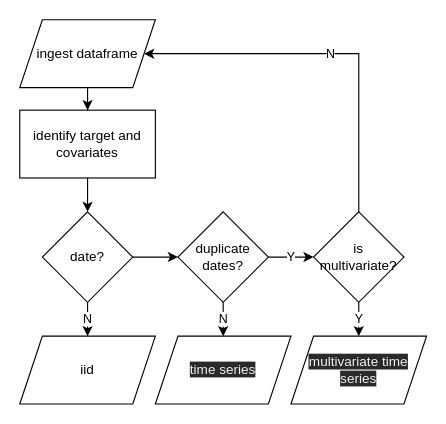
tianle91/faas keeps this draw.io diagram as flow.drawio. Above is the earlier version. Source tidied: cells renumbered, new cells numbered last; positions are measured from the earlier drawing's top-left corner, leaving out a move shared by most shapes. Both pictures are drawn from the tidied source at 113%, with x=0, y=0 at pixel (19, 19).
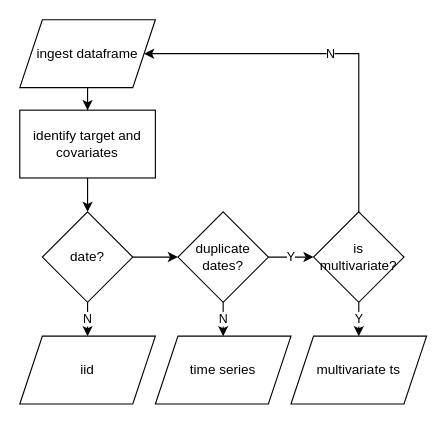
Above is the later version.

The edit, as a diff of the source:
```diff
@@
 <mxGraphModel>
   <root>
     <mxCell id="0" />
     <mxCell id="1" parent="0" />
     <mxCell id="2" style="edgeStyle=orthogonalEdgeStyle;rounded=0;jettySize=auto;html=1;exitX=0.5;exitY=1;exitDx=0;exitDy=0;entryX=0.5;entryY=0;entryDx=0;entryDy=0;" parent="1" edge="1" source="3" target="14">
       <mxGeometry relative="1" as="geometry" />
     </mxCell>
     <mxCell id="3" value="identify target and covariates" style="rounded=0;whiteSpace=wrap;html=1;" parent="1" vertex="1">
       <mxGeometry y="80" width="120" height="60" as="geometry" />
     </mxCell>
     <mxCell id="4" value="Y" style="edgeStyle=orthogonalEdgeStyle;rounded=0;jettySize=auto;html=1;exitX=1;exitY=0.5;exitDx=0;exitDy=0;" parent="1" edge="1" source="6" target="11">
       <mxGeometry relative="1" as="geometry" />
     </mxCell>
-    <mxCell id="5" value="N" style="edgeStyle=orthogonalEdgeStyle;rounded=0;jettySize=auto;html=1;exitX=0.5;exitY=1;exitDx=0;exitDy=0;" parent="1" edge="1" source="6" target="16">
+    <mxCell id="5" value="N" style="edgeStyle=orthogonalEdgeStyle;rounded=0;jettySize=auto;html=1;exitX=0.5;exitY=1;exitDx=0;exitDy=0;entryX=0.5;entryY=0;entryDx=0;entryDy=0;" parent="1" edge="1" source="6" target="16">
       <mxGeometry relative="1" as="geometry" />
     </mxCell>
     <mxCell id="6" value="duplicate dates?" style="rhombus;whiteSpace=wrap;html=1;" parent="1" vertex="1">
       <mxGeometry x="140" y="170" width="80" height="80" as="geometry" />
     </mxCell>
     <mxCell id="7" style="edgeStyle=orthogonalEdgeStyle;rounded=0;jettySize=auto;html=1;exitX=0.5;exitY=1;exitDx=0;exitDy=0;" parent="1" edge="1" source="8" target="3">
       <mxGeometry relative="1" as="geometry" />
     </mxCell>
     <mxCell id="8" value="ingest dataframe" style="shape=parallelogram;perimeter=parallelogramPerimeter;whiteSpace=wrap;html=1;fixedSize=1;" parent="1" vertex="1">
       <mxGeometry width="120" height="60" as="geometry" />
     </mxCell>
-    <mxCell id="9" value="Y" style="edgeStyle=orthogonalEdgeStyle;rounded=0;jettySize=auto;html=1;exitX=0.5;exitY=1;exitDx=0;exitDy=0;entryX=0.5;entryY=0;entryDx=0;entryDy=0;" parent="1" edge="1" source="11" target="15">
+    <mxCell id="9" value="Y" style="edgeStyle=orthogonalEdgeStyle;rounded=0;jettySize=auto;html=1;exitX=0.5;exitY=1;exitDx=0;exitDy=0;entryX=0.5;entryY=0;entryDx=0;entryDy=0;" parent="1" edge="1" source="11" target="18">
       <mxGeometry relative="1" as="geometry" />
     </mxCell>
     <mxCell id="10" value="N" style="edgeStyle=orthogonalEdgeStyle;rounded=0;jettySize=auto;html=1;exitX=0.5;exitY=0;exitDx=0;exitDy=0;entryX=1;entryY=0.5;entryDx=0;entryDy=0;" parent="1" edge="1" source="11" target="8">
       <mxGeometry relative="1" as="geometry">
         <Array as="points">
           <mxPoint x="300" y="30" />
         </Array>
       </mxGeometry>
     </mxCell>
     <mxCell id="11" value="is multivariate?" style="rhombus;whiteSpace=wrap;html=1;" parent="1" vertex="1">
       <mxGeometry x="260" y="170" width="80" height="80" as="geometry" />
     </mxCell>
     <mxCell id="12" style="edgeStyle=orthogonalEdgeStyle;rounded=0;jettySize=auto;html=1;exitX=1;exitY=0.5;exitDx=0;exitDy=0;" parent="1" edge="1" source="14" target="6">
       <mxGeometry relative="1" as="geometry" />
     </mxCell>
     <mxCell id="13" value="N" style="edgeStyle=orthogonalEdgeStyle;rounded=0;jettySize=auto;html=1;exitX=0.5;exitY=1;exitDx=0;exitDy=0;" parent="1" edge="1" source="14" target="17">
       <mxGeometry relative="1" as="geometry" />
     </mxCell>
     <mxCell id="14" value="date?" style="rhombus;whiteSpace=wrap;html=1;" parent="1" vertex="1">
       <mxGeometry x="20" y="170" width="80" height="80" as="geometry" />
     </mxCell>
-    <mxCell id="15" value="&lt;span style=&quot;color: rgb(240, 240, 240); font-family: helvetica; font-size: 12px; font-style: normal; font-weight: 400; letter-spacing: normal; text-align: center; text-indent: 0px; text-transform: none; word-spacing: 0px; background-color: rgb(42, 42, 42); display: inline; float: none;&quot;&gt;multivariate time series&lt;/span&gt;" style="shape=parallelogram;perimeter=parallelogramPerimeter;whiteSpace=wrap;html=1;fixedSize=1;" parent="1" vertex="1">
-      <mxGeometry x="240" y="280" width="120" height="60" as="geometry" />
-    </mxCell>
+    <mxCell id="17" value="&lt;font face=&quot;helvetica&quot;&gt;iid&lt;/font&gt;" style="shape=parallelogram;perimeter=parallelogramPerimeter;whiteSpace=wrap;html=1;fixedSize=1;" parent="1" vertex="1">
+      <mxGeometry y="280" width="120" height="60" as="geometry" />
+    </mxCell>
-    <mxCell id="16" value="&lt;span style=&quot;color: rgb(240 , 240 , 240) ; font-family: &amp;#34;helvetica&amp;#34; ; font-size: 12px ; font-style: normal ; font-weight: 400 ; letter-spacing: normal ; text-align: center ; text-indent: 0px ; text-transform: none ; word-spacing: 0px ; background-color: rgb(42 , 42 , 42) ; display: inline ; float: none&quot;&gt;time series&lt;/span&gt;" style="shape=parallelogram;perimeter=parallelogramPerimeter;whiteSpace=wrap;html=1;fixedSize=1;" parent="1" vertex="1">
+    <mxCell id="16" value="&lt;font face=&quot;helvetica&quot;&gt;time series&lt;/font&gt;" style="shape=parallelogram;perimeter=parallelogramPerimeter;whiteSpace=wrap;html=1;fixedSize=1;" parent="1" vertex="1">
       <mxGeometry x="120" y="280" width="120" height="60" as="geometry" />
     </mxCell>
-    <mxCell id="17" value="&lt;font face=&quot;helvetica&quot;&gt;iid&lt;/font&gt;" style="shape=parallelogram;perimeter=parallelogramPerimeter;whiteSpace=wrap;html=1;fixedSize=1;" parent="1" vertex="1">
-      <mxGeometry y="280" width="120" height="60" as="geometry" />
-    </mxCell>
+    <mxCell id="18" value="&lt;font face=&quot;helvetica&quot;&gt;multivariate ts&lt;/font&gt;" style="shape=parallelogram;perimeter=parallelogramPerimeter;whiteSpace=wrap;html=1;fixedSize=1;" parent="1" vertex="1">
+      <mxGeometry x="240" y="280" width="120" height="60" as="geometry" />
+    </mxCell>
   </root>
 </mxGraphModel>
```
